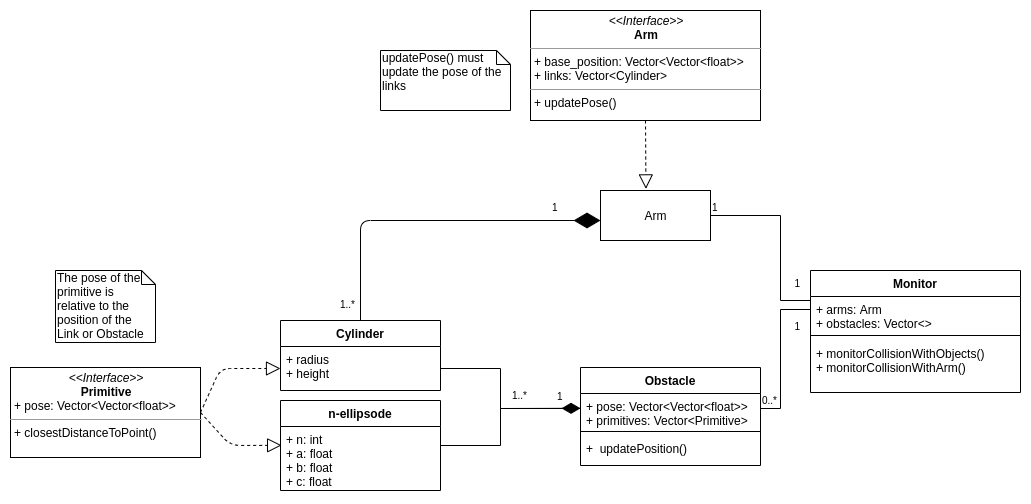
HBRS-SDP/sdp_ss20_collision_monitoring_for_robotic_manipulators keeps this draw.io diagram as collision_monitoring/docs/UML_diagram_SDP.png. Above is the earlier version. Source tidied: cells renumbered, new cells last; positions are measured from the earlier drawing's top-left corner, leaving out a move shared by most shapes.
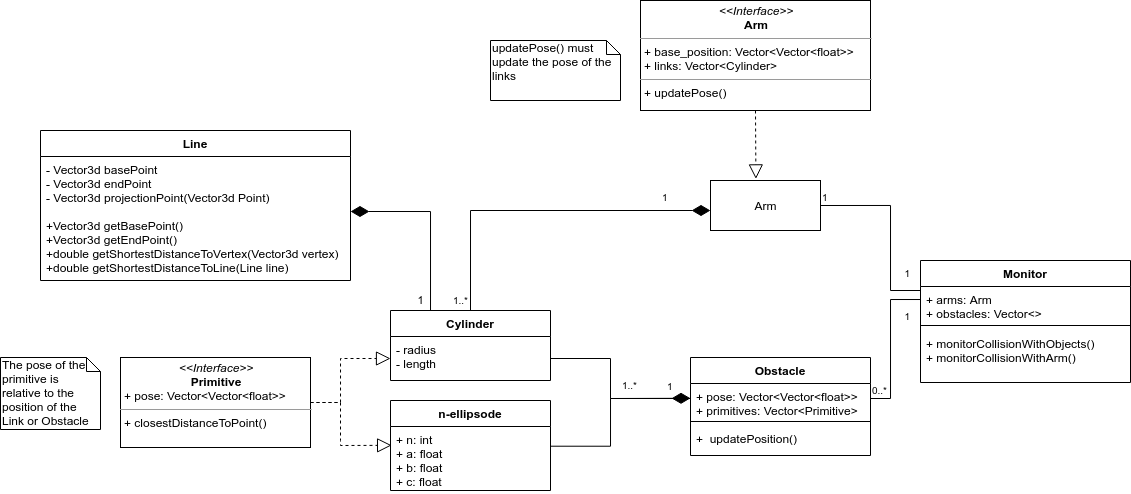
After the commit.

Commit message:
Edge changed to Line UML diagram updated

The edit, as a diff of the source:
```diff
@@ -37,13 +37,6 @@
         <mxPoint x="-10" y="21" as="offset" />
       </mxGeometry>
     </mxCell>
-    <mxCell id="8" style="endArrow=block;dashed=1;endFill=0;endSize=12;html=1;exitX=1;exitY=0.5;exitDx=0;exitDy=0;entryX=0;entryY=0.5;entryDx=0;entryDy=0;" parent="1" edge="1" source="13" target="16">
-      <mxGeometry relative="1" as="geometry">
-        <Array as="points">
-          <mxPoint x="210" y="358" />
-        </Array>
-      </mxGeometry>
-    </mxCell>
     <mxCell id="9" value="1..*" style="html=1;align=left;verticalAlign=bottom;labelBackgroundColor=#ffffff;fontSize=10;direction=south;" parent="1" vertex="1">
       <mxGeometry x="500" y="393" as="geometry" />
     </mxCell>
@@ -52,28 +45,47 @@
         <mxPoint x="5" y="-6" as="offset" />
       </mxGeometry>
     </mxCell>
-    <mxCell id="11" value="1..*" style="html=1;align=left;verticalAlign=bottom;labelBackgroundColor=#ffffff;fontSize=10;" parent="1" vertex="1">
+    <mxCell id="11" style="html=1;align=left;verticalAlign=bottom;labelBackgroundColor=#ffffff;fontSize=10;" parent="1" vertex="1">
       <mxGeometry x="320" y="290" as="geometry">
-        <mxPoint x="8" y="12" as="offset" />
+        <mxPoint x="12" y="12" as="offset" />
       </mxGeometry>
     </mxCell>
     <mxCell id="12" value="1" style="html=1;align=left;verticalAlign=bottom;labelBackgroundColor=#ffffff;fontSize=10;" parent="1" vertex="1">
       <mxGeometry x="540" y="205" as="geometry" />
     </mxCell>
+    <mxCell id="8" style="edgeStyle=orthogonalEdgeStyle;rounded=0;jettySize=auto;html=1;entryX=0;entryY=0.5;entryDx=0;entryDy=0;dashed=1;endArrow=block;endFill=0;endSize=12;" parent="1" edge="1" source="13" target="16">
+      <mxGeometry relative="1" as="geometry">
+        <Array as="points">
+          <mxPoint x="220" y="402" />
+          <mxPoint x="220" y="358" />
+        </Array>
+      </mxGeometry>
+    </mxCell>
     <mxCell id="13" value="&lt;p style=&quot;margin: 0px ; margin-top: 4px ; text-align: center&quot;&gt;&lt;i&gt;&amp;lt;&amp;lt;Interface&amp;gt;&amp;gt;&lt;/i&gt;&lt;br&gt;&lt;b&gt;Primitive&lt;/b&gt;&lt;/p&gt;&lt;p style=&quot;margin: 0px ; margin-left: 4px&quot;&gt;+ pose: Vector&amp;lt;Vector&amp;lt;float&amp;gt;&amp;gt;&lt;/p&gt;&lt;hr size=&quot;1&quot;&gt;&lt;p style=&quot;margin: 0px ; margin-left: 4px&quot;&gt;+ closestDistanceToPoint()&lt;/p&gt;" style="verticalAlign=top;align=left;overflow=fill;fontSize=12;fontFamily=Helvetica;html=1;" parent="1" vertex="1">
       <mxGeometry y="357" width="190" height="90" as="geometry" />
     </mxCell>
-    <mxCell id="14" style="endArrow=block;dashed=1;endFill=0;endSize=12;html=1;exitX=1;exitY=0.5;exitDx=0;exitDy=0;entryX=0.007;entryY=0.294;entryDx=0;entryDy=0;entryPerimeter=0;" parent="1" edge="1" source="13" target="25">
+    <mxCell id="14" style="endArrow=block;dashed=1;endFill=0;endSize=12;html=1;exitX=1;exitY=0.5;exitDx=0;exitDy=0;entryX=0.007;entryY=0.294;entryDx=0;entryDy=0;entryPerimeter=0;rounded=0;" parent="1" edge="1" source="13" target="25">
       <mxGeometry relative="1" as="geometry">
         <Array as="points">
-          <mxPoint x="220" y="435" />
+          <mxPoint x="220" y="402" />
+          <mxPoint x="220" y="440" />
+          <mxPoint x="220" y="445" />
         </Array>
       </mxGeometry>
     </mxCell>
+    <mxCell id="35" value="1" style="edgeStyle=orthogonalEdgeStyle;rounded=0;orthogonalLoop=1;jettySize=auto;html=1;endArrow=diamondThin;endFill=1;endSize=16;" parent="1" edge="1">
+      <mxGeometry x="0.22" y="89" relative="1" as="geometry">
+        <mxPoint x="310" y="311" as="sourcePoint" />
+        <mxPoint x="230" y="211" as="targetPoint" />
+        <Array as="points">
+          <mxPoint x="310" y="211" />
+        </Array>
+      </mxGeometry>
+    </mxCell>
     <mxCell id="15" value="Cylinder" style="swimlane;fontStyle=1;align=center;verticalAlign=top;horizontal=1;startSize=26;" parent="1" vertex="1">
       <mxGeometry x="270" y="310" width="160" height="70" as="geometry" />
     </mxCell>
-    <mxCell id="16" value="+ radius&#10;+ height" style="text;strokeColor=none;fillColor=none;align=left;verticalAlign=top;spacingLeft=4;spacingRight=4;overflow=hidden;points=[[0,0.5],[1,0.5]];portConstraint=eastwest;" parent="15" vertex="1">
+    <mxCell id="16" value="- radius&#10;- length" style="text;strokeColor=none;fillColor=none;align=left;verticalAlign=top;spacingLeft=4;spacingRight=4;overflow=hidden;points=[[0,0.5],[1,0.5]];portConstraint=eastwest;" parent="15" vertex="1">
       <mxGeometry y="26" width="160" height="44" as="geometry" />
     </mxCell>
     <mxCell id="17" value="Monitor" style="swimlane;fontStyle=1;align=center;verticalAlign=top;horizontal=1;startSize=26;" parent="1" vertex="1">
@@ -89,7 +101,7 @@
       <mxGeometry y="70" width="210" height="52" as="geometry" />
     </mxCell>
     <mxCell id="21" value="The pose of the primitive is relative to the position of the Link or Obstacle" style="shape=note;whiteSpace=wrap;html=1;size=14;verticalAlign=top;align=left;spacingTop=-6;" parent="1" vertex="1">
-      <mxGeometry x="45" y="260" width="100" height="72" as="geometry" />
+      <mxGeometry x="-120" y="357" width="100" height="72" as="geometry" />
     </mxCell>
     <mxCell id="22" style="endArrow=diamondThin;endFill=1;endSize=16;html=1;exitX=1;exitY=0.5;exitDx=0;exitDy=0;rounded=0;entryX=0;entryY=0.435;entryDx=0;entryDy=0;entryPerimeter=0;" parent="1" edge="1" source="16" target="32">
       <mxGeometry relative="1" as="geometry">
@@ -99,22 +111,16 @@
         </Array>
       </mxGeometry>
     </mxCell>
-    <mxCell id="23" style="endArrow=none;html=1;edgeStyle=orthogonalEdgeStyle;exitX=1;exitY=0.5;exitDx=0;exitDy=0;rounded=0;" parent="1" edge="1">
+    <mxCell id="23" style="endArrow=none;html=1;edgeStyle=orthogonalEdgeStyle;exitX=1.003;exitY=0.308;exitDx=0;exitDy=0;rounded=0;exitPerimeter=0;endSize=12;" parent="1" edge="1" source="25">
       <mxGeometry relative="1" as="geometry">
-        <mxPoint x="430" y="435" as="sourcePoint" />
         <mxPoint x="570" y="400" as="targetPoint" />
         <Array as="points">
-          <mxPoint x="490" y="435" />
+          <mxPoint x="490" y="446" />
           <mxPoint x="490" y="398" />
+          <mxPoint x="570" y="398" />
         </Array>
       </mxGeometry>
     </mxCell>
-    <mxCell id="24" value="n-ellipsode" style="swimlane;fontStyle=1;align=center;verticalAlign=top;horizontal=1;startSize=26;" parent="1" vertex="1">
-      <mxGeometry x="270" y="390" width="160" height="90" as="geometry" />
-    </mxCell>
-    <mxCell id="25" value="+ n: int&#10;+ a: float&#10;+ b: float&#10;+ c: float" style="text;strokeColor=none;fillColor=none;align=left;verticalAlign=top;spacingLeft=4;spacingRight=4;overflow=hidden;points=[[0,0.5],[1,0.5]];portConstraint=eastwest;" parent="24" vertex="1">
-      <mxGeometry y="26" width="160" height="64" as="geometry" />
-    </mxCell>
     <mxCell id="26" value="&lt;p style=&quot;margin: 4px 0px 0px ; text-align: center&quot;&gt;&lt;i&gt;&amp;lt;&amp;lt;Interface&amp;gt;&amp;gt;&lt;/i&gt;&lt;br&gt;&lt;b&gt;Arm&lt;/b&gt;&lt;/p&gt;&lt;hr size=&quot;1&quot;&gt;&lt;p style=&quot;margin: 0px 0px 0px 4px&quot;&gt;+ base_position: Vector&amp;lt;Vector&amp;lt;float&amp;gt;&amp;gt;&lt;br style=&quot;padding: 0px ; margin: 0px&quot;&gt;+ links: Vector&amp;lt;Cylinder&amp;gt;&lt;br&gt;&lt;/p&gt;&lt;hr size=&quot;1&quot;&gt;&lt;p style=&quot;margin: 0px 0px 0px 4px&quot;&gt;+ updatePose()&lt;br&gt;&lt;/p&gt;" style="verticalAlign=top;align=left;overflow=fill;fontSize=12;fontFamily=Helvetica;html=1;" parent="1" vertex="1">
       <mxGeometry x="520" width="230" height="110" as="geometry" />
     </mxCell>
@@ -127,8 +133,8 @@
     <mxCell id="29" value="updatePose() must update the pose of the links" style="shape=note;whiteSpace=wrap;html=1;size=14;verticalAlign=top;align=left;spacingTop=-6;" parent="1" vertex="1">
       <mxGeometry x="370" y="40" width="130" height="60" as="geometry" />
     </mxCell>
-    <mxCell id="30" style="endArrow=diamondThin;endFill=1;endSize=24;html=1;exitX=0.5;exitY=0;exitDx=0;exitDy=0;" parent="1" edge="1" source="15">
-      <mxGeometry relative="1" as="geometry">
+    <mxCell id="30" value="&lt;meta http-equiv=&quot;content-type&quot; content=&quot;text/html; charset=utf-8&quot;&gt;&lt;span style=&quot;color: rgb(0, 0, 0); font-family: Helvetica; font-size: 10px; font-style: normal; font-variant-ligatures: normal; font-variant-caps: normal; font-weight: 400; letter-spacing: normal; orphans: 2; text-align: left; text-indent: 0px; text-transform: none; widows: 2; word-spacing: 0px; -webkit-text-stroke-width: 0px; background-color: rgb(255, 255, 255); text-decoration-style: initial; text-decoration-color: initial; float: none; display: inline !important;&quot;&gt;1..*&lt;/span&gt;" style="endArrow=diamondThin;endFill=1;endSize=16;html=1;exitX=0.5;exitY=0;exitDx=0;exitDy=0;rounded=0;edgeStyle=orthogonalEdgeStyle;" parent="1" edge="1" source="15">
+      <mxGeometry x="-0.94" y="10" relative="1" as="geometry">
         <mxPoint x="590" y="210" as="targetPoint" />
         <Array as="points">
           <mxPoint x="350" y="210" />
@@ -147,5 +153,17 @@
     <mxCell id="34" value="+  updatePosition()" style="text;strokeColor=none;fillColor=none;align=left;verticalAlign=top;spacingLeft=4;spacingRight=4;overflow=hidden;" parent="31" vertex="1">
       <mxGeometry y="68" width="180" height="30" as="geometry" />
     </mxCell>
+    <mxCell id="24" value="n-ellipsode" style="swimlane;fontStyle=1;align=center;verticalAlign=top;horizontal=1;startSize=26;" parent="1" vertex="1">
+      <mxGeometry x="270" y="400" width="160" height="90" as="geometry" />
+    </mxCell>
+    <mxCell id="25" value="+ n: int&#10;+ a: float&#10;+ b: float&#10;+ c: float" style="text;strokeColor=none;fillColor=none;align=left;verticalAlign=top;spacingLeft=4;spacingRight=4;overflow=hidden;points=[[0,0.5],[1,0.5]];portConstraint=eastwest;" parent="24" vertex="1">
+      <mxGeometry y="26" width="160" height="64" as="geometry" />
+    </mxCell>
+    <mxCell id="36" value="Line" style="swimlane;fontStyle=1;align=center;verticalAlign=top;horizontal=1;startSize=26;" parent="1" vertex="1">
+      <mxGeometry x="-80" y="130" width="310" height="150" as="geometry" />
+    </mxCell>
+    <mxCell id="37" value="- Vector3d basePoint&#10;- Vector3d endPoint&#10;- Vector3d projectionPoint(Vector3d Point)&#10;&#10;+Vector3d getBasePoint()&#10;+Vector3d getEndPoint()&#10;+double getShortestDistanceToVertex(Vector3d vertex)&#10;+double getShortestDistanceToLine(Line line)" style="text;strokeColor=none;fillColor=none;align=left;verticalAlign=top;spacingLeft=4;spacingRight=4;overflow=hidden;" parent="36" vertex="1">
+      <mxGeometry y="26" width="310" height="124" as="geometry" />
+    </mxCell>
   </root>
 </mxGraphModel>
```
